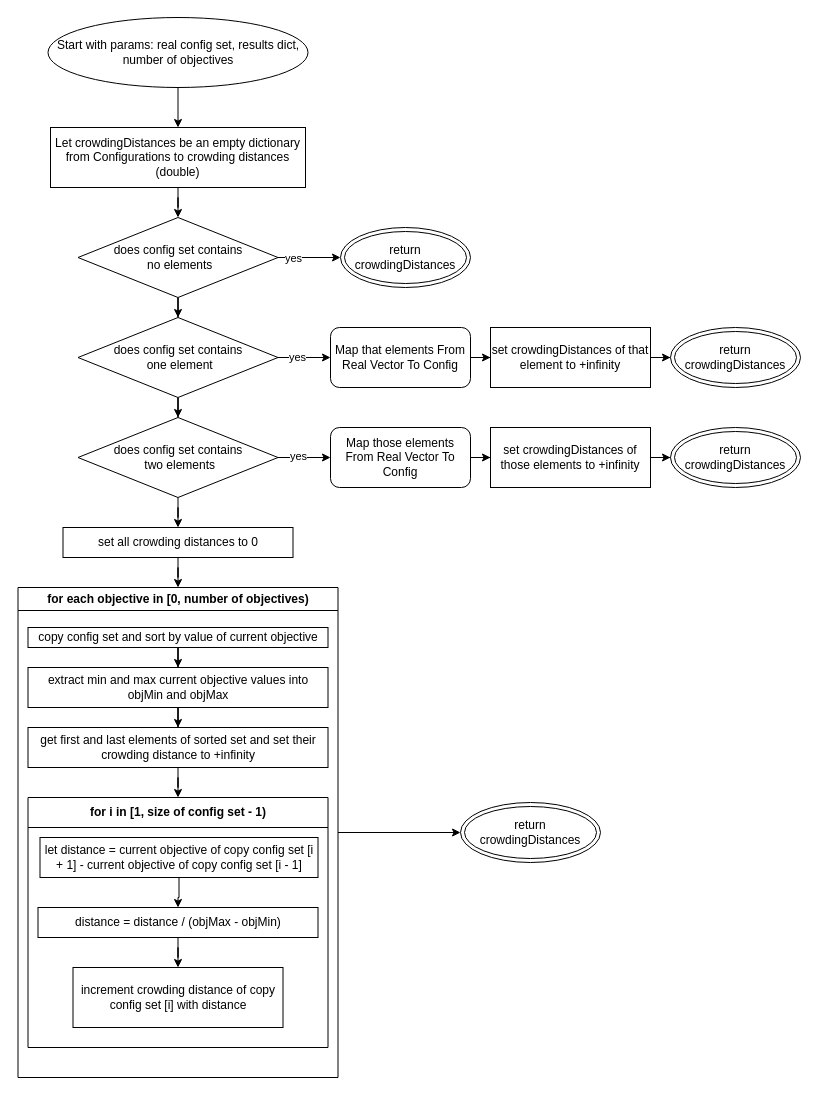
Above: page "Crowding Distance" (4 of 11) of scheme/Orchestrator.drawio in R-a-d-u/PSATSimSimulation (draw.io), before the change. Source tidied: cells renumbered, new cells numbered last; positions are measured from the earlier drawing's top-left corner, leaving out a move shared by most shapes. Both pictures are drawn from the tidied source at 100%, with x=0, y=0 at pixel (18, 17).
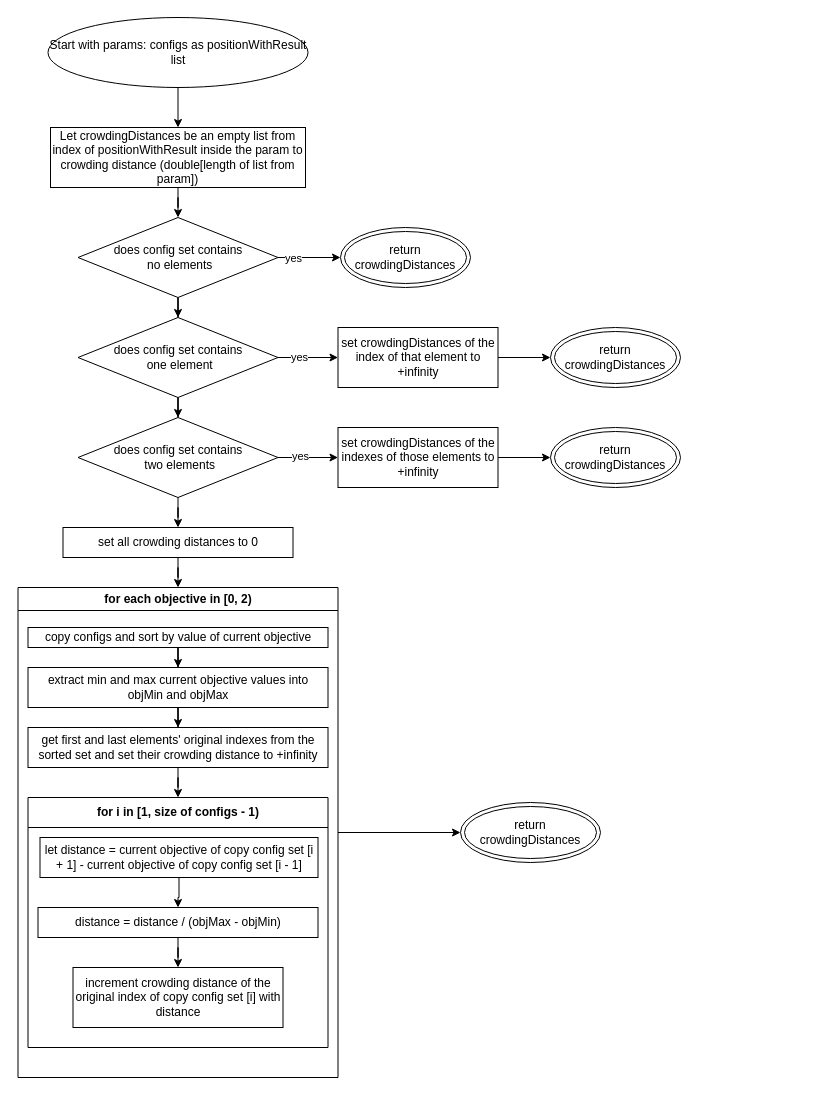
The same page after the edit.

Unchanged cells that the change refers to:
```xml
<mxCell id="14" value="does config set contains&lt;div&gt;&amp;nbsp;one element&lt;/div&gt;" style="rhombus;whiteSpace=wrap;html=1;" parent="1" vertex="1">
  <mxGeometry x="59.5" y="300" width="200" height="80" as="geometry" />
</mxCell>
<mxCell id="21" value="does config set contains&lt;div&gt;&amp;nbsp;two elements&lt;/div&gt;" style="rhombus;whiteSpace=wrap;html=1;" parent="1" vertex="1">
  <mxGeometry x="59.5" y="400" width="200" height="80" as="geometry" />
</mxCell>
```

The edit, as a diff of the source:
```diff
@@
-    <mxCell id="3" value="Start with params: real config set, results dict, number of objectives" style="ellipse;whiteSpace=wrap;html=1;" parent="1" vertex="1">
+    <mxCell id="3" value="Start with params: configs as positionWithResult list" style="ellipse;whiteSpace=wrap;html=1;" parent="1" vertex="1">
       <mxGeometry x="29.5" width="260" height="70" as="geometry" />
     </mxCell>
@@
-    <mxCell id="5" value="Let crowdingDistances be an empty dictionary from Configurations to crowding distances (double)" style="rounded=0;whiteSpace=wrap;html=1;" parent="1" vertex="1">
+    <mxCell id="5" value="Let crowdingDistances be an empty list from index of positionWithResult inside the param to crowding distance (double[length of list from param])" style="rounded=0;whiteSpace=wrap;html=1;" parent="1" vertex="1">
       <mxGeometry x="32" y="110" width="255" height="60" as="geometry" />
     </mxCell>
@@
-    <mxCell id="11" style="edgeStyle=orthogonalEdgeStyle;rounded=0;jettySize=auto;html=1;" parent="1" edge="1" source="14">
-      <mxGeometry relative="1" as="geometry">
-        <mxPoint x="312" y="340" as="targetPoint" />
-      </mxGeometry>
+    <mxCell id="11" style="edgeStyle=orthogonalEdgeStyle;rounded=0;jettySize=auto;html=1;" parent="1" edge="1" source="14" target="16">
+      <mxGeometry relative="1" as="geometry" />
     </mxCell>
@@
-    <mxCell id="16" value="set crowdingDistances of that element to +infinity" style="rounded=0;whiteSpace=wrap;html=1;" parent="1" vertex="1">
-      <mxGeometry x="472" y="310" width="160" height="60" as="geometry" />
+    <mxCell id="16" value="set crowdingDistances of the index of that element to +infinity" style="rounded=0;whiteSpace=wrap;html=1;" parent="1" vertex="1">
+      <mxGeometry x="319.5" y="310" width="160" height="60" as="geometry" />
     </mxCell>
     <mxCell id="17" value="return crowdingDistances" style="ellipse;shape=doubleEllipse;whiteSpace=wrap;html=1;" parent="1" vertex="1">
-      <mxGeometry x="652" y="310" width="130" height="60" as="geometry" />
+      <mxGeometry x="532" y="310" width="130" height="60" as="geometry" />
     </mxCell>
-    <mxCell id="18" style="edgeStyle=orthogonalEdgeStyle;rounded=0;jettySize=auto;html=1;" parent="1" edge="1" source="21">
-      <mxGeometry relative="1" as="geometry">
-        <mxPoint x="312" y="440" as="targetPoint" />
-      </mxGeometry>
+    <mxCell id="18" style="edgeStyle=orthogonalEdgeStyle;rounded=0;jettySize=auto;html=1;" parent="1" edge="1" source="21" target="23">
+      <mxGeometry relative="1" as="geometry" />
     </mxCell>
@@
-    <mxCell id="23" value="set crowdingDistances of those elements to +infinity" style="rounded=0;whiteSpace=wrap;html=1;" parent="1" vertex="1">
-      <mxGeometry x="472" y="410" width="160" height="60" as="geometry" />
+    <mxCell id="23" value="set crowdingDistances of the indexes of those elements to +infinity" style="rounded=0;whiteSpace=wrap;html=1;" parent="1" vertex="1">
+      <mxGeometry x="319.5" y="410" width="160" height="60" as="geometry" />
     </mxCell>
     <mxCell id="24" value="return crowdingDistances" style="ellipse;shape=doubleEllipse;whiteSpace=wrap;html=1;" parent="1" vertex="1">
-      <mxGeometry x="652" y="410" width="130" height="60" as="geometry" />
+      <mxGeometry x="532" y="410" width="130" height="60" as="geometry" />
     </mxCell>
@@
-    <mxCell id="28" value="for each objective in [0, number of objectives)" style="swimlane;whiteSpace=wrap;html=1;" parent="1" vertex="1">
+    <mxCell id="28" value="for each objective in [0, 2)" style="swimlane;whiteSpace=wrap;html=1;" parent="1" vertex="1">
       <mxGeometry x="-0.5" y="570" width="320" height="490" as="geometry" />
     </mxCell>
@@
-    <mxCell id="30" value="copy config set and sort by value of current objective" style="rounded=0;whiteSpace=wrap;html=1;" parent="28" vertex="1">
+    <mxCell id="30" value="copy configs and sort by value of current objective" style="rounded=0;whiteSpace=wrap;html=1;" parent="28" vertex="1">
       <mxGeometry x="10" y="40" width="300" height="20" as="geometry" />
     </mxCell>
@@
-    <mxCell id="34" value="get first and last elements of sorted set and set their crowding distance to +infinity" style="rounded=0;whiteSpace=wrap;html=1;" parent="28" vertex="1">
+    <mxCell id="34" value="get first and last elements' original indexes from the sorted set and set their crowding distance to +infinity" style="rounded=0;whiteSpace=wrap;html=1;" parent="28" vertex="1">
       <mxGeometry x="10" y="140" width="300" height="40" as="geometry" />
     </mxCell>
-    <mxCell id="35" value="for i in [1, size of config set - 1)" style="swimlane;whiteSpace=wrap;html=1;startSize=30;" parent="28" vertex="1">
+    <mxCell id="35" value="for i in [1, size of configs - 1)" style="swimlane;whiteSpace=wrap;html=1;startSize=30;" parent="28" vertex="1">
       <mxGeometry x="10" y="210" width="300" height="250" as="geometry" />
     </mxCell>
@@
-    <mxCell id="40" value="increment crowding distance of copy config set [i] with distance" style="rounded=0;whiteSpace=wrap;html=1;" parent="35" vertex="1">
+    <mxCell id="40" value="increment crowding distance of the original index of copy config set [i] with distance" style="rounded=0;whiteSpace=wrap;html=1;" parent="35" vertex="1">
       <mxGeometry x="45" y="170" width="210" height="60" as="geometry" />
     </mxCell>
@@
-    <mxCell id="42" style="edgeStyle=orthogonalEdgeStyle;rounded=0;jettySize=auto;html=1;" parent="1" edge="1" source="43" target="16">
-      <mxGeometry relative="1" as="geometry" />
-    </mxCell>
-    <mxCell id="43" value="Map that elements From Real Vector To Config" style="rounded=1;whiteSpace=wrap;html=1;" parent="1" vertex="1">
-      <mxGeometry x="312" y="310" width="140" height="60" as="geometry" />
-    </mxCell>
-    <mxCell id="44" style="edgeStyle=orthogonalEdgeStyle;rounded=0;jettySize=auto;html=1;" parent="1" edge="1" source="45" target="23">
-      <mxGeometry relative="1" as="geometry" />
-    </mxCell>
-    <mxCell id="45" value="Map those elements From Real Vector To Config" style="rounded=1;whiteSpace=wrap;html=1;" parent="1" vertex="1">
-      <mxGeometry x="312" y="410" width="140" height="60" as="geometry" />
-    </mxCell>
```
